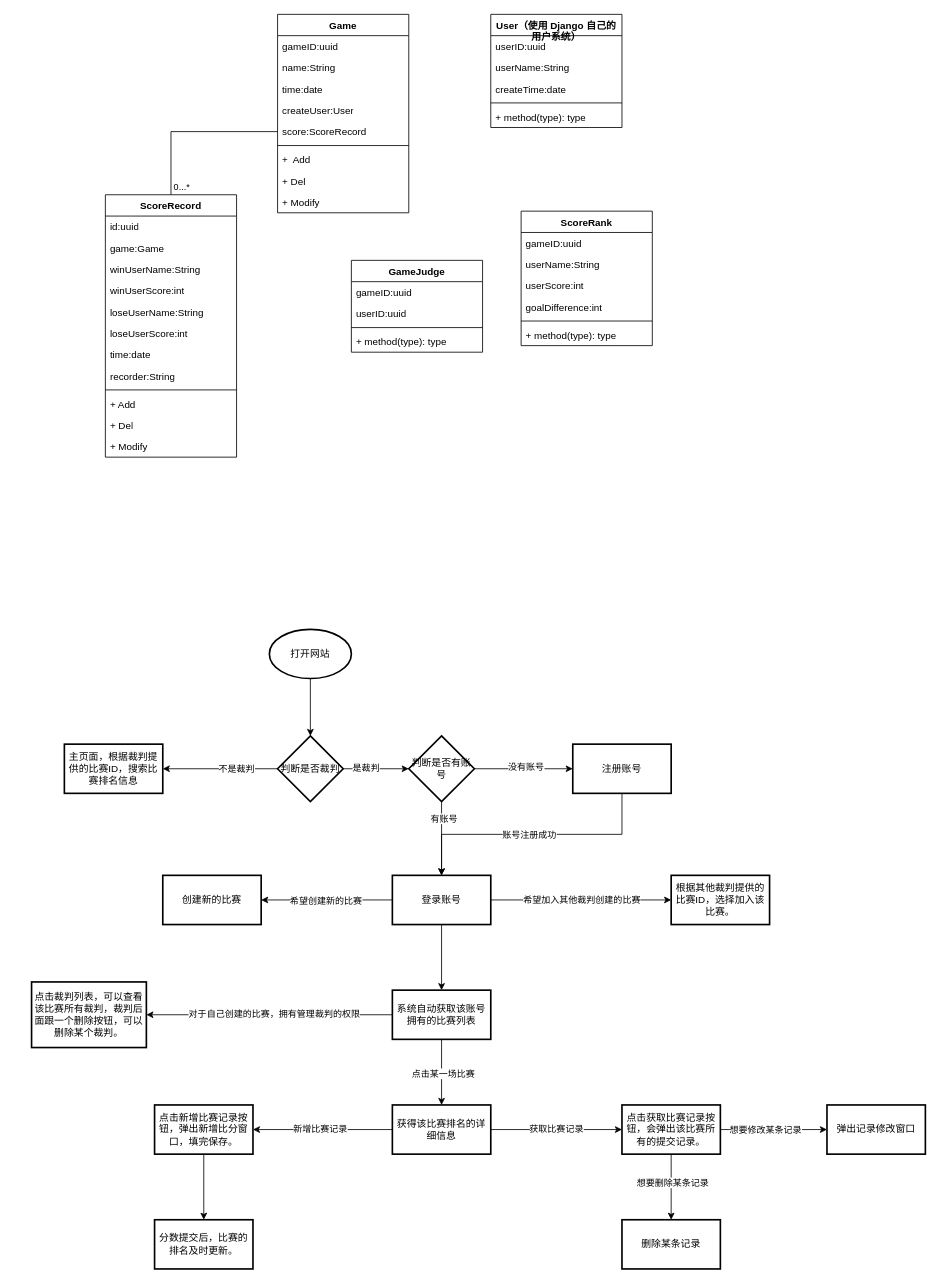
The draw.io diagram 羽毛球计分系统.drawio in hunterljm/badminton, before the edit. Source tidied: cells renumbered, new cells numbered last; positions are measured from the earlier drawing's top-left corner, leaving out a move shared by most shapes. Both pictures are drawn from the tidied source at 82%, with x=0, y=0 at pixel (31, 14).
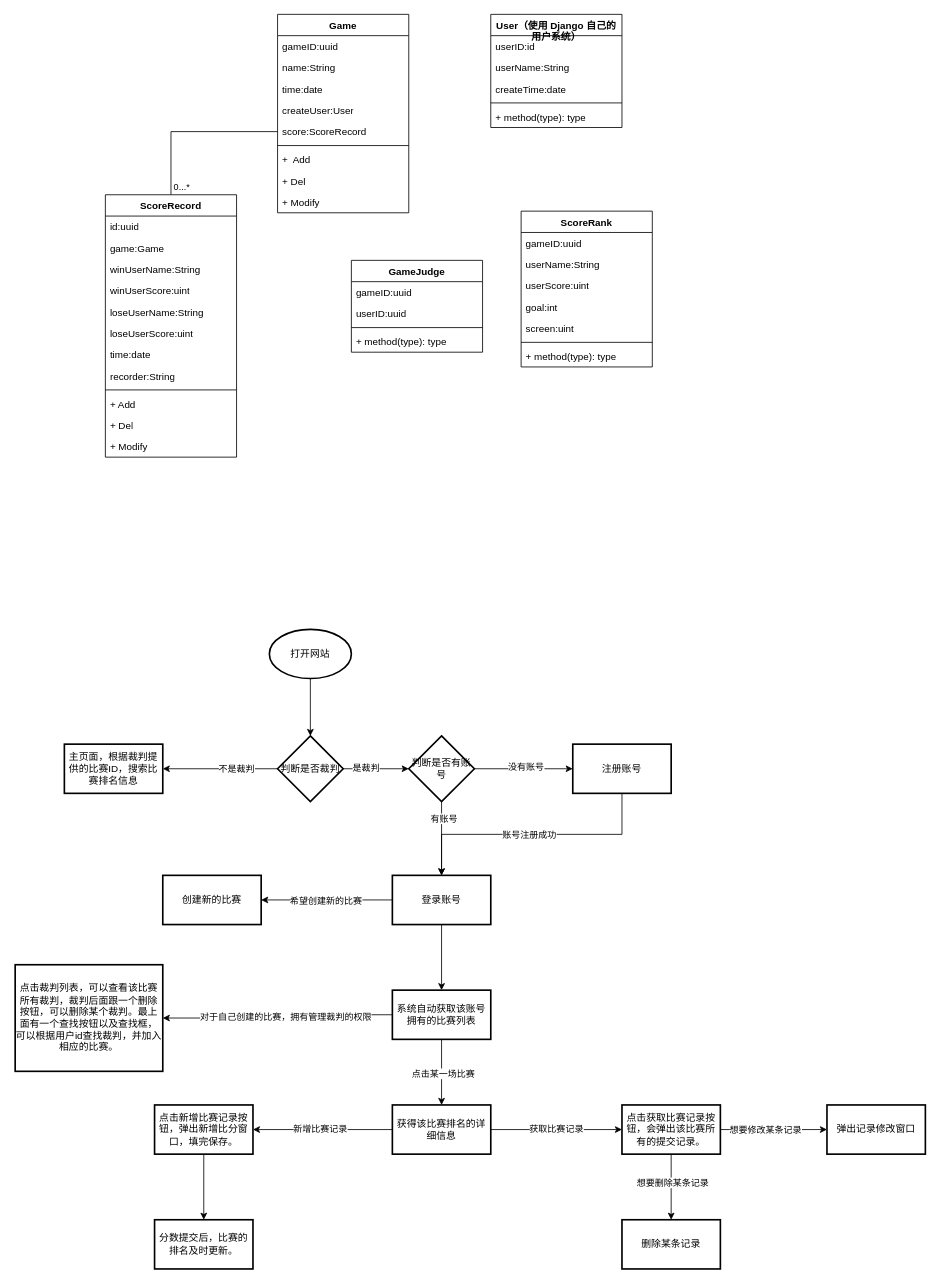
After the change.

Commit message:
更新羽毛球计分系统.drawio

Unchanged cells that the change refers to:
```xml
<mxCell id="4" value="ScoreRecord" style="swimlane;fontStyle=1;align=center;verticalAlign=top;horizontal=1;startSize=26;whiteSpace=wrap;html=1;" parent="1" vertex="1">
  <mxGeometry x="90" y="220" width="160" height="320" as="geometry" />
</mxCell>
<mxCell id="27" value="User（使用 Django 自己的用户系统）" style="swimlane;fontStyle=1;align=center;verticalAlign=top;horizontal=1;startSize=26;whiteSpace=wrap;html=1;" parent="1" vertex="1">
  <mxGeometry x="560" width="160" height="138" as="geometry" />
</mxCell>
<mxCell id="55" value="登录账号" style="whiteSpace=wrap;html=1;strokeWidth=2;" parent="1" vertex="1">
  <mxGeometry x="440" y="1050" width="120" height="60" as="geometry" />
</mxCell>
```

Diff of the diagram source:
```diff
@@
-    <mxCell id="8" value="winUserScore:int" style="text;strokeColor=none;fillColor=none;align=left;verticalAlign=top;spacingLeft=4;spacingRight=4;overflow=hidden;whiteSpace=wrap;html=1;" parent="4" vertex="1">
+    <mxCell id="8" value="winUserScore:uint" style="text;strokeColor=none;fillColor=none;align=left;verticalAlign=top;spacingLeft=4;spacingRight=4;overflow=hidden;whiteSpace=wrap;html=1;" parent="4" vertex="1">
       <mxGeometry y="104" width="160" height="26" as="geometry" />
     </mxCell>
@@
-    <mxCell id="10" value="loseUserScore:int" style="text;strokeColor=none;fillColor=none;align=left;verticalAlign=top;spacingLeft=4;spacingRight=4;overflow=hidden;whiteSpace=wrap;html=1;" parent="4" vertex="1">
+    <mxCell id="10" value="loseUserScore:uint" style="text;strokeColor=none;fillColor=none;align=left;verticalAlign=top;spacingLeft=4;spacingRight=4;overflow=hidden;whiteSpace=wrap;html=1;" parent="4" vertex="1">
       <mxGeometry y="156" width="160" height="26" as="geometry" />
     </mxCell>
@@
-    <mxCell id="28" value="userID:uuid" style="text;strokeColor=none;fillColor=none;align=left;verticalAlign=top;spacingLeft=4;spacingRight=4;overflow=hidden;whiteSpace=wrap;html=1;" parent="27" vertex="1">
+    <mxCell id="28" value="userID:id" style="text;strokeColor=none;fillColor=none;align=left;verticalAlign=top;spacingLeft=4;spacingRight=4;overflow=hidden;whiteSpace=wrap;html=1;" parent="27" vertex="1">
       <mxGeometry y="26" width="160" height="26" as="geometry" />
     </mxCell>
@@
-    <mxCell id="58" style="edgeStyle=orthogonalEdgeStyle;rounded=0;jettySize=auto;html=1;exitX=1;exitY=0.5;exitDx=0;exitDy=0;" parent="1" edge="1" source="55" target="66">
-      <mxGeometry relative="1" as="geometry" />
-    </mxCell>
-    <mxCell id="59" value="希望加入其他裁判创建的比赛" style="edgeLabel;html=1;align=center;verticalAlign=middle;" parent="58" vertex="1">
-      <mxGeometry y="1" relative="1" as="geometry" />
-    </mxCell>
@@
-    <mxCell id="66" value="根据其他裁判提供的比赛ID，选择加入该比赛。" style="whiteSpace=wrap;html=1;strokeWidth=2;" parent="1" vertex="1">
-      <mxGeometry x="780" y="1050" width="120" height="60" as="geometry" />
-    </mxCell>
@@
-    <mxCell id="72" value="点击裁判列表，可以查看该比赛所有裁判，裁判后面跟一个删除按钮，可以删除某个裁判。" style="whiteSpace=wrap;html=1;strokeWidth=2;" parent="1" vertex="1">
-      <mxGeometry y="1180" width="140" height="80" as="geometry" />
+    <mxCell id="72" value="点击裁判列表，可以查看该比赛所有裁判，裁判后面跟一个删除按钮，可以删除某个裁判。最上面有一个查找按钮以及查找框，可以根据用户id查找裁判，并加入相应的比赛。&lt;br&gt;" style="whiteSpace=wrap;html=1;strokeWidth=2;" parent="1" vertex="1">
+      <mxGeometry x="-20" y="1159" width="180" height="130" as="geometry" />
     </mxCell>
@@
     <mxCell id="83" value="ScoreRank" style="swimlane;fontStyle=1;align=center;verticalAlign=top;horizontal=1;startSize=26;whiteSpace=wrap;html=1;" parent="1" vertex="1">
-      <mxGeometry x="597" y="240" width="160" height="164" as="geometry" />
+      <mxGeometry x="597" y="240" width="160" height="190" as="geometry" />
     </mxCell>
@@
-    <mxCell id="86" value="userScore:int" style="text;strokeColor=none;fillColor=none;align=left;verticalAlign=top;spacingLeft=4;spacingRight=4;overflow=hidden;whiteSpace=wrap;html=1;" parent="83" vertex="1">
+    <mxCell id="86" value="userScore:uint" style="text;strokeColor=none;fillColor=none;align=left;verticalAlign=top;spacingLeft=4;spacingRight=4;overflow=hidden;whiteSpace=wrap;html=1;" parent="83" vertex="1">
       <mxGeometry y="78" width="160" height="26" as="geometry" />
     </mxCell>
-    <mxCell id="87" value="goalDifference:int" style="text;strokeColor=none;fillColor=none;align=left;verticalAlign=top;spacingLeft=4;spacingRight=4;overflow=hidden;whiteSpace=wrap;html=1;" parent="83" vertex="1">
+    <mxCell id="87" value="goal:int" style="text;strokeColor=none;fillColor=none;align=left;verticalAlign=top;spacingLeft=4;spacingRight=4;overflow=hidden;whiteSpace=wrap;html=1;" parent="83" vertex="1">
       <mxGeometry y="104" width="160" height="26" as="geometry" />
     </mxCell>
+    <mxCell id="90" value="screen:uint" style="text;strokeColor=none;fillColor=none;align=left;verticalAlign=top;spacingLeft=4;spacingRight=4;overflow=hidden;whiteSpace=wrap;html=1;" parent="83" vertex="1">
+      <mxGeometry y="130" width="160" height="26" as="geometry" />
+    </mxCell>
     <mxCell id="88" style="line;strokeWidth=1;fillColor=none;align=left;verticalAlign=middle;spacingTop=-1;spacingLeft=3;spacingRight=3;labelPosition=right;strokeColor=inherit;" parent="83" vertex="1">
-      <mxGeometry y="130" width="160" height="8" as="geometry" />
+      <mxGeometry y="156" width="160" height="8" as="geometry" />
     </mxCell>
     <mxCell id="89" value="+ method(type): type" style="text;strokeColor=none;fillColor=none;align=left;verticalAlign=top;spacingLeft=4;spacingRight=4;overflow=hidden;whiteSpace=wrap;html=1;" parent="83" vertex="1">
-      <mxGeometry y="138" width="160" height="26" as="geometry" />
+      <mxGeometry y="164" width="160" height="26" as="geometry" />
     </mxCell>
```
